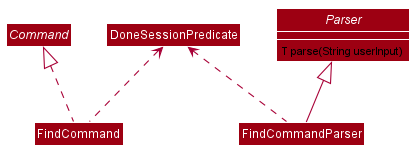
This is docs/images/FindCommandClassDiagram.png from nus-cs2103-AY1920S2/addressbook-level3, a PlantUML export, as it was before one commit.
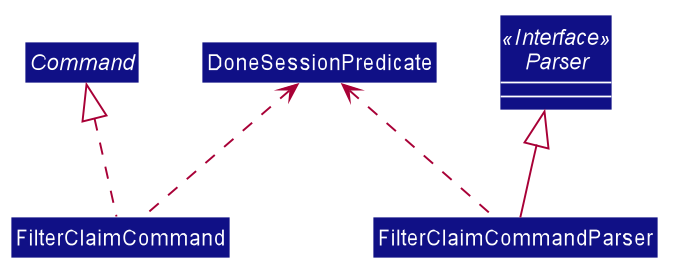
After the change.

Change to the diagram source:
```diff
@@ -1,5 +1,4 @@
 @startuml
-
 
 
 
@@ -50,26 +49,24 @@
 hide circle
 show interface members
 skinparam arrowThickness 1.1
-skinparam classBackgroundColor #9D0012
+skinparam classBackgroundColor #101086
 
 abstract class Command
 
-interface Parser {
-	T parse(String userInput)
-}
+Interface Parser <<Interface>>
 
-class FindCommand
+class FilterClaimCommand
 
 class DoneSessionPredicate
 
-class FindCommandParser
+class FilterClaimCommandParser
 
-Command <|.. FindCommand
+Command <|.. FilterClaimCommand
 
-Parser <|-- FindCommandParser
+Parser <|-- FilterClaimCommandParser
 
-DoneSessionPredicate <.. FindCommand
-DoneSessionPredicate <.. FindCommandParser
+DoneSessionPredicate <.. FilterClaimCommand
+DoneSessionPredicate <.. FilterClaimCommandParser
 
 
 @enduml
```
